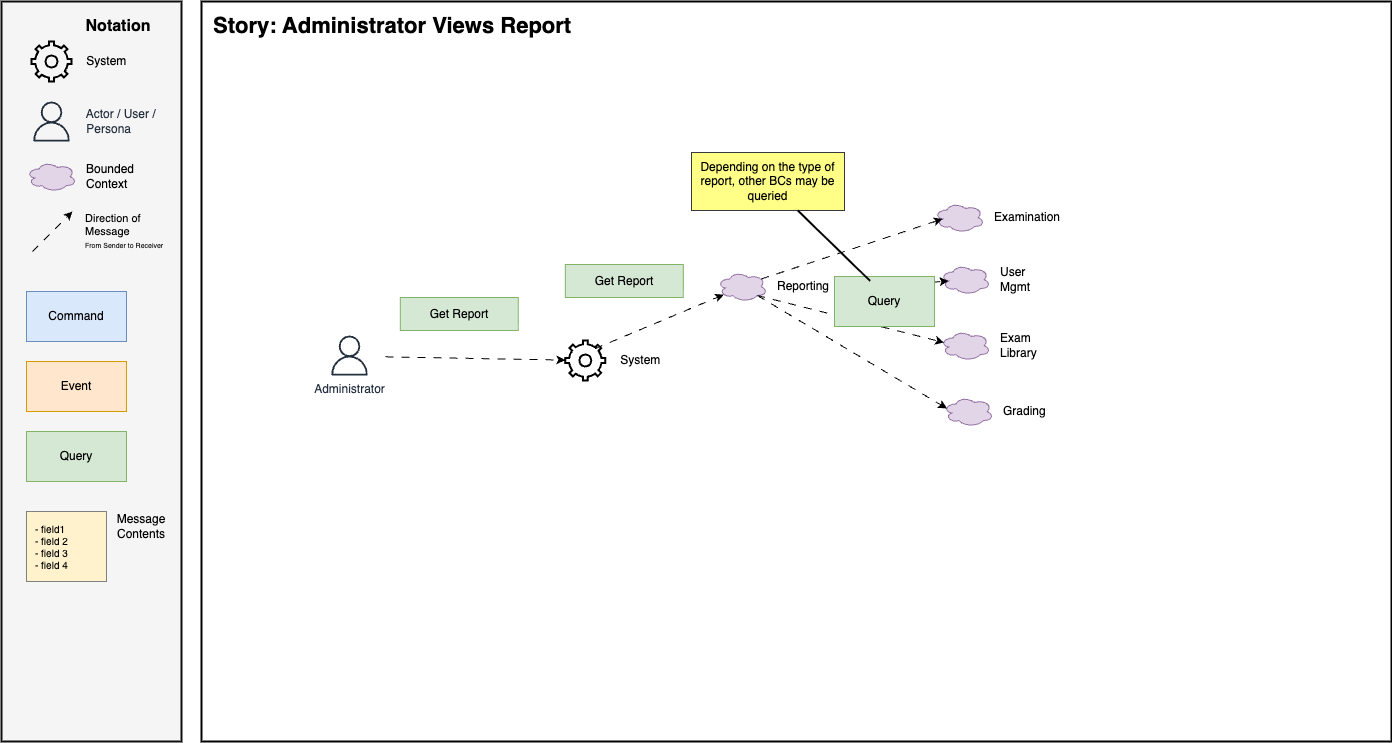
This is docs/docs/domain_modelling/_img/kata_domain_message_flows/administrator_views_report.drawio.png from cooperlutz/go-full, a draw.io export, as it was before one commit. Source tidied: cells renumbered, new cells last; positions are measured from the earlier drawing's top-left corner, leaving out a move shared by most shapes.
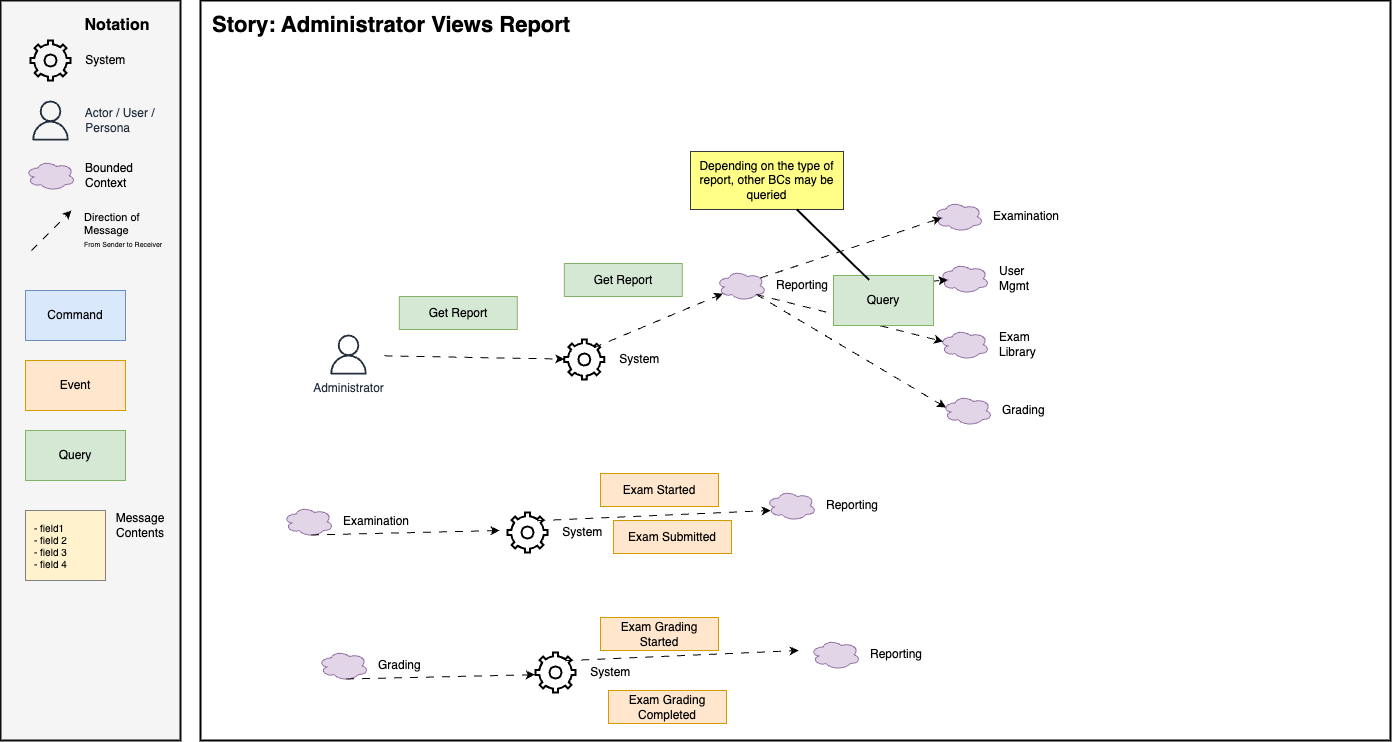
The same diagram one commit later.

Change to the diagram source:
```diff
@@ -112,5 +112,58 @@
     <mxCell id="32" style="edgeStyle=none;html=1;entryX=0.356;entryY=0.088;entryDx=0;entryDy=0;entryPerimeter=0;strokeWidth=2;endArrow=none;endFill=0;" parent="1" edge="1" source="31" target="30">
       <mxGeometry relative="1" as="geometry" />
     </mxCell>
+    <mxCell id="33" value="&amp;nbsp; &amp;nbsp; System" style="html=1;verticalLabelPosition=middle;align=left;labelBackgroundColor=none;verticalAlign=middle;strokeWidth=2;shadow=0;dashed=0;shape=mxgraph.ios7.icons.settings;labelPosition=right;fillColor=none;" parent="1" vertex="1">
+      <mxGeometry x="507" y="512" width="40" height="40" as="geometry" />
+    </mxCell>
+    <mxCell id="34" style="endArrow=classic;html=1;rounded=0;endFill=1;dashed=1;dashPattern=8 8;labelBackgroundColor=none;align=left;spacingLeft=31;exitX=0.743;exitY=0.204;exitDx=0;exitDy=0;exitPerimeter=0;entryX=0.13;entryY=0.77;entryDx=0;entryDy=0;entryPerimeter=0;" parent="1" edge="1" source="33">
+      <mxGeometry x="-0.72" y="39" relative="1" as="geometry">
+        <mxPoint x="770.2" y="510" as="targetPoint" />
+        <mxPoint y="1" as="offset" />
+      </mxGeometry>
+    </mxCell>
+    <mxCell id="35" value="Reporting" style="ellipse;shape=cloud;whiteSpace=wrap;html=1;align=left;fillColor=#e1d5e7;strokeColor=#9673a6;labelPosition=right;verticalLabelPosition=middle;verticalAlign=middle;spacingLeft=8;" parent="1" vertex="1">
+      <mxGeometry x="765.8" y="490" width="50" height="30" as="geometry" />
+    </mxCell>
+    <mxCell id="36" value="Exam Started" style="rounded=0;whiteSpace=wrap;html=1;fillColor=#ffe6cc;strokeColor=#d79b00;" parent="1" vertex="1">
+      <mxGeometry x="600" y="473" width="118" height="33" as="geometry" />
+    </mxCell>
+    <mxCell id="37" value="Exam Submitted" style="rounded=0;whiteSpace=wrap;html=1;fillColor=#ffe6cc;strokeColor=#d79b00;" parent="1" vertex="1">
+      <mxGeometry x="613" y="520" width="118" height="33" as="geometry" />
+    </mxCell>
+    <mxCell id="38" value="Exam Grading Started" style="rounded=0;whiteSpace=wrap;html=1;fillColor=#ffe6cc;strokeColor=#d79b00;" parent="1" vertex="1">
+      <mxGeometry x="600" y="617" width="118" height="33" as="geometry" />
+    </mxCell>
+    <mxCell id="39" value="Exam Grading Completed" style="rounded=0;whiteSpace=wrap;html=1;fillColor=#ffe6cc;strokeColor=#d79b00;" parent="1" vertex="1">
+      <mxGeometry x="608" y="690" width="118" height="33" as="geometry" />
+    </mxCell>
+    <mxCell id="40" value="Grading" style="ellipse;shape=cloud;whiteSpace=wrap;html=1;align=left;fillColor=#e1d5e7;strokeColor=#9673a6;labelPosition=right;verticalLabelPosition=middle;verticalAlign=middle;spacingLeft=8;" parent="1" vertex="1">
+      <mxGeometry x="318" y="650" width="50" height="30" as="geometry" />
+    </mxCell>
+    <mxCell id="41" value="&amp;nbsp; &amp;nbsp; System" style="html=1;verticalLabelPosition=middle;align=left;labelBackgroundColor=none;verticalAlign=middle;strokeWidth=2;shadow=0;dashed=0;shape=mxgraph.ios7.icons.settings;labelPosition=right;fillColor=none;" parent="1" vertex="1">
+      <mxGeometry x="535" y="652" width="40" height="40" as="geometry" />
+    </mxCell>
+    <mxCell id="42" style="endArrow=classic;html=1;rounded=0;endFill=1;dashed=1;dashPattern=8 8;labelBackgroundColor=none;align=left;spacingLeft=31;exitX=0.743;exitY=0.204;exitDx=0;exitDy=0;exitPerimeter=0;entryX=0.13;entryY=0.77;entryDx=0;entryDy=0;entryPerimeter=0;" parent="1" edge="1" source="41">
+      <mxGeometry x="-0.72" y="39" relative="1" as="geometry">
+        <mxPoint x="798.2" y="650" as="targetPoint" />
+        <mxPoint y="1" as="offset" />
+      </mxGeometry>
+    </mxCell>
+    <mxCell id="43" value="Reporting" style="ellipse;shape=cloud;whiteSpace=wrap;html=1;align=left;fillColor=#e1d5e7;strokeColor=#9673a6;labelPosition=right;verticalLabelPosition=middle;verticalAlign=middle;spacingLeft=8;" parent="1" vertex="1">
+      <mxGeometry x="810" y="639" width="50" height="30" as="geometry" />
+    </mxCell>
+    <mxCell id="44" style="endArrow=classic;html=1;rounded=0;endFill=1;dashed=1;dashPattern=8 8;labelBackgroundColor=none;align=left;spacingLeft=31;exitX=0.55;exitY=0.95;exitDx=0;exitDy=0;exitPerimeter=0;entryX=-0.017;entryY=0.555;entryDx=0;entryDy=0;entryPerimeter=0;" parent="1" edge="1" source="40" target="41">
+      <mxGeometry x="-0.72" y="39" relative="1" as="geometry">
+        <mxPoint y="1" as="offset" />
+      </mxGeometry>
+    </mxCell>
+    <mxCell id="45" value="Examination" style="ellipse;shape=cloud;whiteSpace=wrap;html=1;align=left;fillColor=#e1d5e7;strokeColor=#9673a6;labelPosition=right;verticalLabelPosition=middle;verticalAlign=middle;spacingLeft=8;" parent="1" vertex="1">
+      <mxGeometry x="283" y="506" width="50" height="30" as="geometry" />
+    </mxCell>
+    <mxCell id="46" style="endArrow=classic;html=1;rounded=0;endFill=1;dashed=1;dashPattern=8 8;labelBackgroundColor=none;align=left;spacingLeft=31;exitX=0.55;exitY=0.95;exitDx=0;exitDy=0;exitPerimeter=0;entryX=-0.017;entryY=0.555;entryDx=0;entryDy=0;entryPerimeter=0;" parent="1" edge="1" source="45">
+      <mxGeometry x="-0.72" y="39" relative="1" as="geometry">
+        <mxPoint x="499" y="530" as="targetPoint" />
+        <mxPoint y="1" as="offset" />
+      </mxGeometry>
+    </mxCell>
   </root>
 </mxGraphModel>
```
